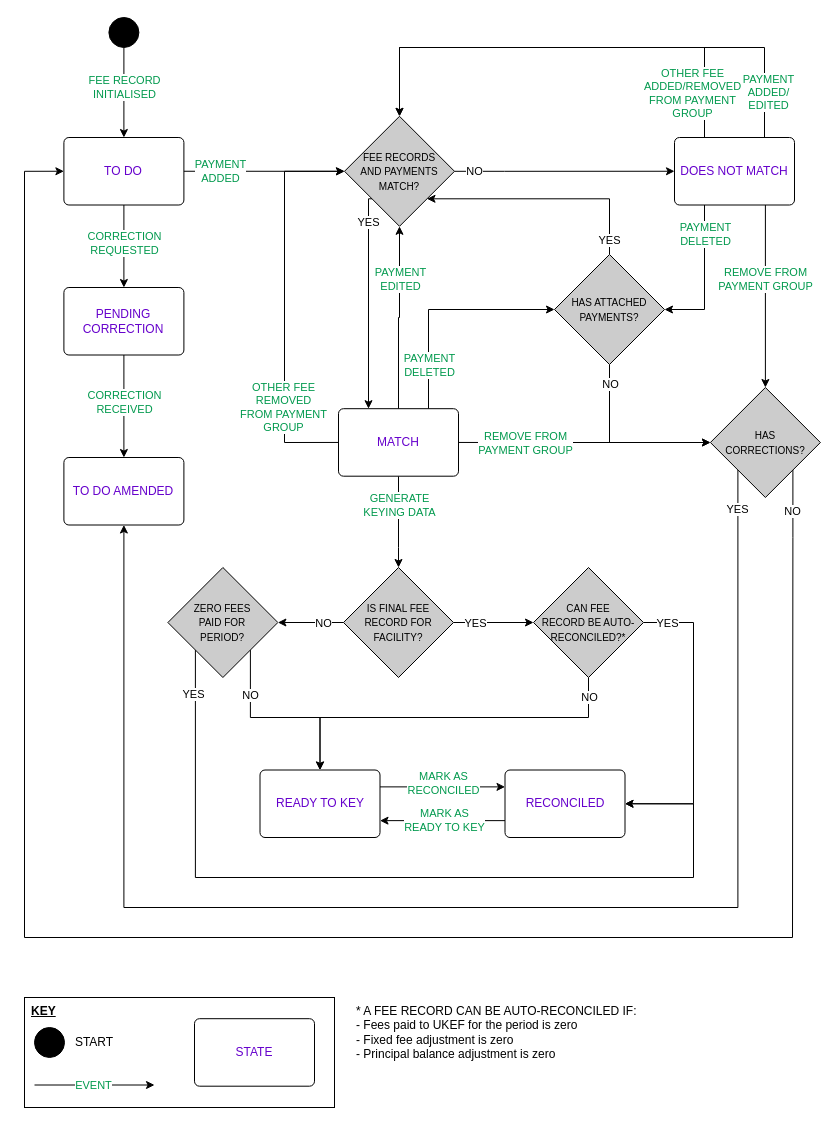
Before: doc/assets/fee-record-state-machine.drawio in UK-Export-Finance/dtfs2, a draw.io diagram. Source tidied: cells renumbered, new cells numbered last; positions are measured from the earlier drawing's top-left corner, leaving out a move shared by most shapes. Both pictures are drawn from the tidied source at 100%, with x=0, y=0 at pixel (24, 17).
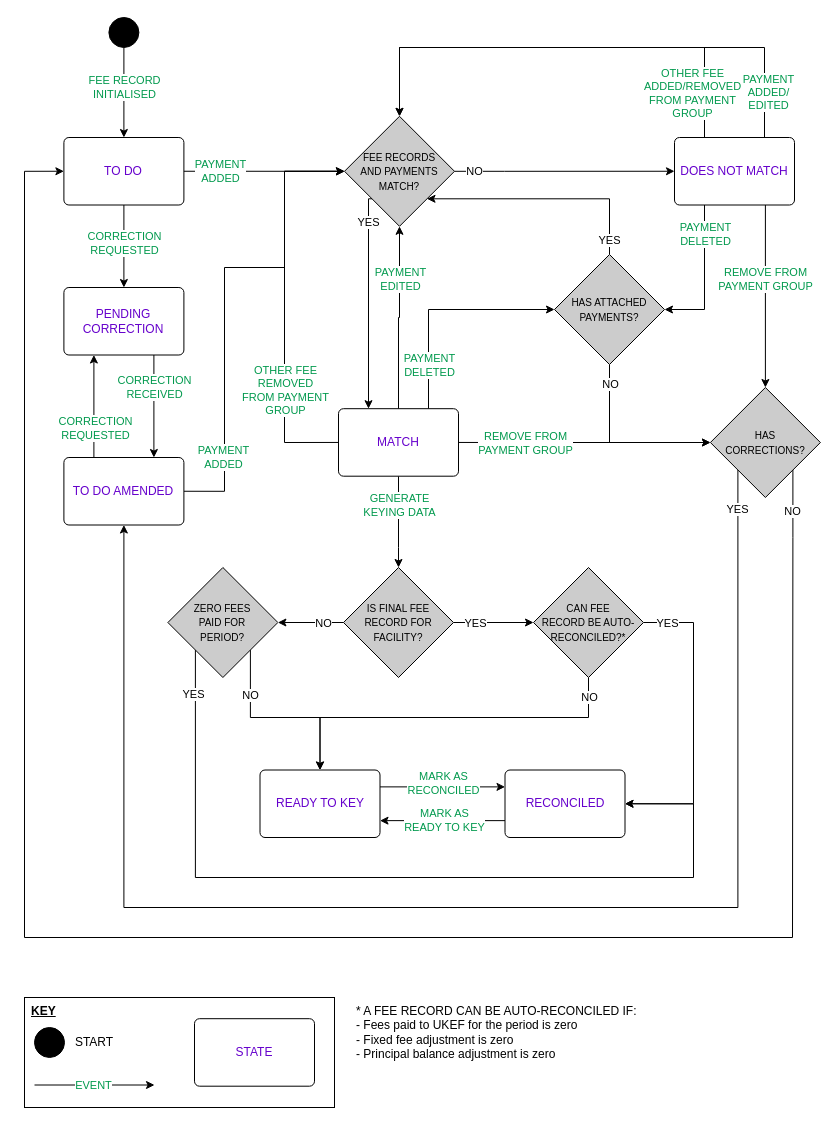
After the change.

Commit message (it also covers changes not shown here):
docs(FN-3823): add missing 2 events for 'to do amended'

The change refers to these unchanged cells:
```xml
<mxCell id="2" value="&lt;font style=&quot;font-size: 10px;&quot;&gt;FEE RECORDS&lt;br&gt;AND PAYMENTS MATCH?&lt;br&gt;&lt;/font&gt;" style="rhombus;whiteSpace=wrap;html=1;labelBackgroundColor=none;fillColor=#CCCCCC;fontColor=default;" parent="1" vertex="1">
  <mxGeometry x="320" y="98.8" width="110" height="110" as="geometry" />
</mxCell>
<mxCell id="7" style="edgeStyle=orthogonalEdgeStyle;rounded=0;jettySize=auto;html=1;exitX=0;exitY=0.5;exitDx=0;exitDy=0;entryX=0;entryY=0.5;entryDx=0;entryDy=0;" parent="1" edge="1" source="46" target="2">
  <mxGeometry relative="1" as="geometry">
    <Array as="points">
      <mxPoint x="260" y="425" />
      <mxPoint x="260" y="154" />
    </Array>
  </mxGeometry>
</mxCell>
<mxCell id="16" value="&lt;font color=&quot;#6600cc&quot;&gt;PENDING CORRECTION&lt;/font&gt;" style="html=1;align=center;verticalAlign=middle;rounded=1;absoluteArcSize=1;arcSize=10;dashed=0;whiteSpace=wrap;" parent="1" vertex="1">
  <mxGeometry x="39.4" y="270" width="120" height="67.5" as="geometry" />
</mxCell>
<mxCell id="17" value="&lt;font color=&quot;#6600cc&quot;&gt;TO DO AMENDED&lt;/font&gt;" style="html=1;align=center;verticalAlign=middle;rounded=1;absoluteArcSize=1;arcSize=10;dashed=0;whiteSpace=wrap;" parent="1" vertex="1">
  <mxGeometry x="39.4" y="440" width="120" height="67.5" as="geometry" />
</mxCell>
<mxCell id="46" value="&lt;font color=&quot;#6600cc&quot;&gt;MATCH&lt;/font&gt;" style="html=1;align=center;verticalAlign=middle;rounded=1;absoluteArcSize=1;arcSize=10;dashed=0;whiteSpace=wrap;" parent="1" vertex="1">
  <mxGeometry x="314" y="391.2" width="120" height="67.5" as="geometry" />
</mxCell>
```

The edit, as a diff of the source:
```diff
@@
     <mxCell id="8" value="&lt;span style=&quot;color: rgb(0, 153, 77);&quot;&gt;OTHER FEE&lt;br&gt;REMOVED&lt;br&gt;FROM PAYMENT&lt;br&gt;GROUP&lt;br&gt;&lt;/span&gt;" style="edgeLabel;html=1;align=center;verticalAlign=middle;" parent="7" vertex="1">
       <mxGeometry x="-0.12" y="1" relative="1" as="geometry">
-        <mxPoint x="-1" y="79" as="offset" />
+        <mxPoint x="1" y="62" as="offset" />
       </mxGeometry>
     </mxCell>
@@
+    <mxCell id="79" style="edgeStyle=orthogonalEdgeStyle;rounded=0;jettySize=auto;html=1;exitX=1;exitY=0.5;exitDx=0;exitDy=0;entryX=0;entryY=0.5;entryDx=0;entryDy=0;" parent="1" edge="1" source="17" target="2">
+      <mxGeometry relative="1" as="geometry">
+        <Array as="points">
+          <mxPoint x="200" y="474" />
+          <mxPoint x="200" y="250" />
+          <mxPoint x="260" y="250" />
+          <mxPoint x="260" y="154" />
+        </Array>
+      </mxGeometry>
+    </mxCell>
+    <mxCell id="80" value="&lt;font color=&quot;#00994d&quot;&gt;PAYMENT&lt;br style=&quot;border-color: var(--border-color);&quot;&gt;ADDED&lt;/font&gt;" style="edgeLabel;html=1;align=center;verticalAlign=middle;" parent="79" vertex="1">
+      <mxGeometry x="-0.88" relative="1" as="geometry">
+        <mxPoint x="10" y="-34" as="offset" />
+      </mxGeometry>
+    </mxCell>
@@
-    <mxCell id="20" style="edgeStyle=orthogonalEdgeStyle;rounded=0;jettySize=auto;html=1;entryX=0.25;entryY=0;entryDx=0;entryDy=0;exitX=0;exitY=1;exitDx=0;exitDy=0;" parent="1" edge="1" source="2" target="46">
+    <mxCell id="20" style="edgeStyle=orthogonalEdgeStyle;rounded=0;jettySize=auto;html=1;exitX=0;exitY=1;exitDx=0;exitDy=0;entryX=0.25;entryY=0;entryDx=0;entryDy=0;" parent="1" edge="1" source="2" target="46">
       <mxGeometry relative="1" as="geometry">
         <Array as="points">
           <mxPoint x="344" y="181" />
+          <mxPoint x="344" y="391" />
         </Array>
       </mxGeometry>
     </mxCell>
@@
-    <mxCell id="26" style="endArrow=classic;html=1;rounded=0;exitX=0.5;exitY=1;exitDx=0;exitDy=0;edgeStyle=orthogonalEdgeStyle;fontColor=#00994D;entryX=0.5;entryY=0;entryDx=0;entryDy=0;" parent="1" edge="1" source="16" target="17">
+    <mxCell id="26" style="endArrow=classic;html=1;rounded=0;exitX=0.75;exitY=1;exitDx=0;exitDy=0;edgeStyle=orthogonalEdgeStyle;fontColor=#00994D;entryX=0.75;entryY=0;entryDx=0;entryDy=0;" parent="1" edge="1" source="16" target="17">
       <mxGeometry relative="1" as="geometry" />
     </mxCell>
     <mxCell id="27" value="&lt;font color=&quot;#00994d&quot;&gt;CORRECTION&lt;br&gt;RECEIVED&lt;/font&gt;" style="edgeLabel;html=1;align=center;verticalAlign=middle;" parent="26" vertex="1">
-      <mxGeometry x="-0.08" relative="1" as="geometry" />
+      <mxGeometry x="-0.08" relative="1" as="geometry">
+        <mxPoint y="-15" as="offset" />
+      </mxGeometry>
     </mxCell>
@@
+    <mxCell id="81" style="endArrow=classic;html=1;rounded=0;exitX=0.25;exitY=0;exitDx=0;exitDy=0;edgeStyle=orthogonalEdgeStyle;fontColor=#00994D;entryX=0.25;entryY=1;entryDx=0;entryDy=0;" parent="1" edge="1" source="17" target="16">
+      <mxGeometry relative="1" as="geometry" />
+    </mxCell>
+    <mxCell id="82" value="&lt;font color=&quot;#00994d&quot;&gt;CORRECTION&lt;br&gt;REQUESTED&lt;/font&gt;" style="edgeLabel;html=1;align=center;verticalAlign=middle;" parent="81" vertex="1">
+      <mxGeometry x="-0.08" relative="1" as="geometry">
+        <mxPoint x="1" y="17" as="offset" />
+      </mxGeometry>
+    </mxCell>
```
